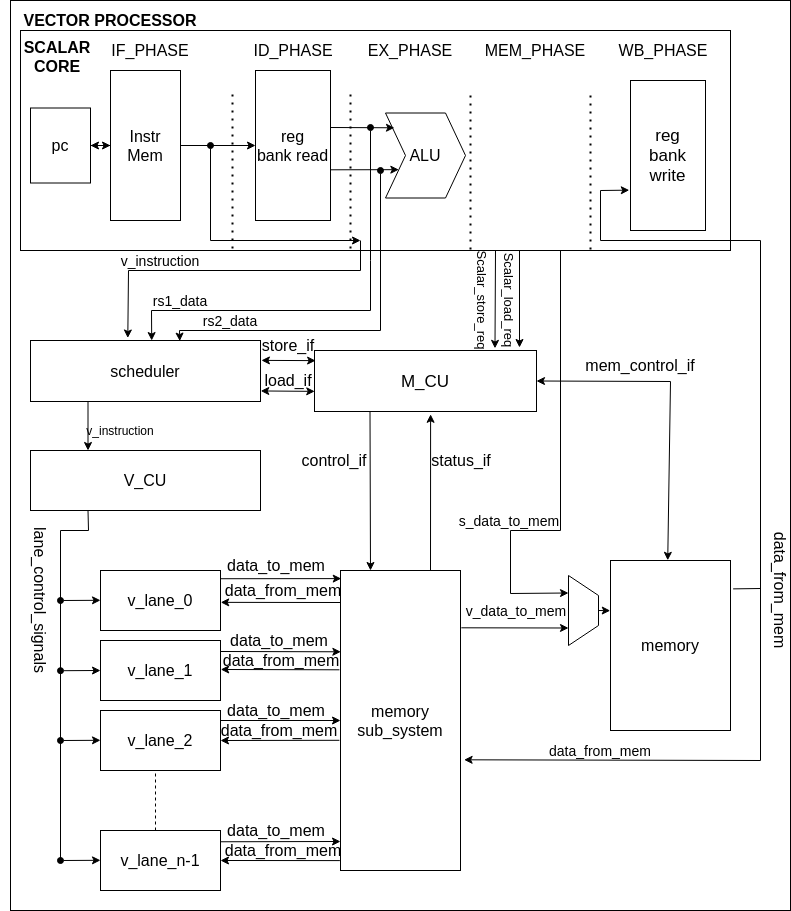
The draw.io diagram Vector_zbornik.drawio.png in Nikola2444/RISC-V-vector-processor, before a commit. Source tidied: cells renumbered, new cells last; positions are measured from the earlier drawing's top-left corner, leaving out a move shared by most shapes.
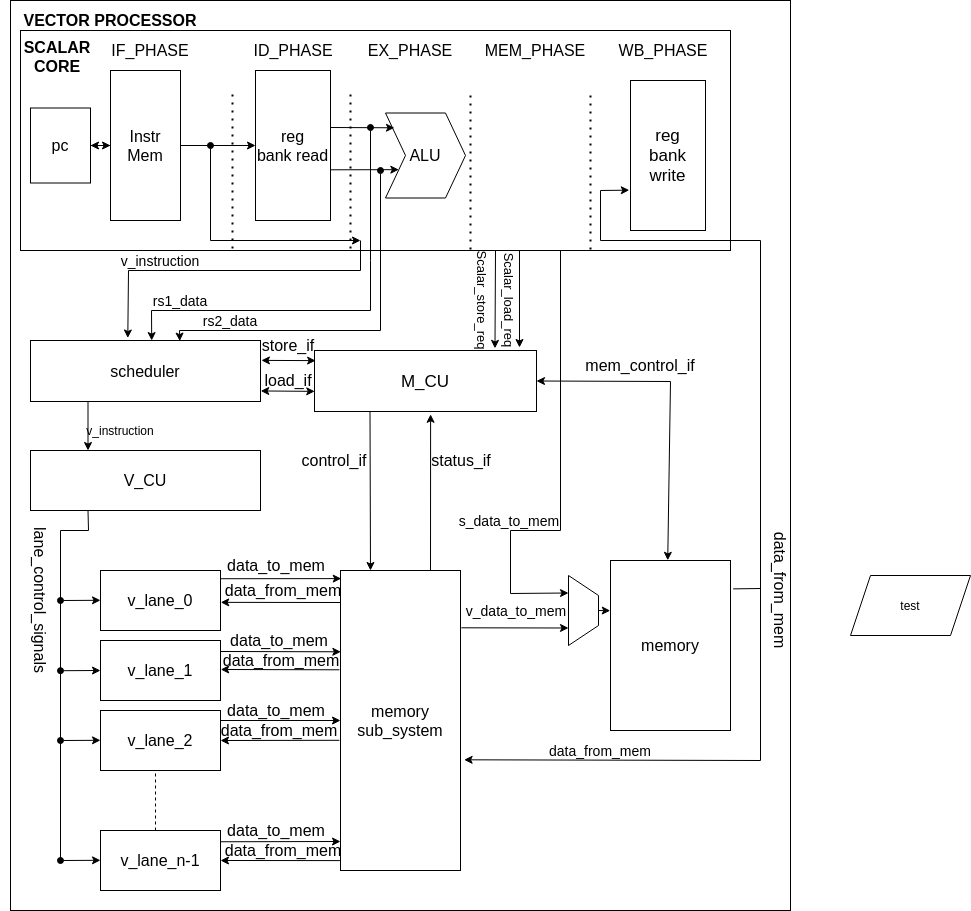
After the commit.

What changed in the source:
```diff
@@ -364,5 +364,8 @@
     <mxCell id="89" value="&lt;b&gt;&lt;font style=&quot;font-size: 16px&quot;&gt;VECTOR PROCESSOR&lt;/font&gt;&lt;/b&gt;" style="text;html=1;strokeColor=none;fillColor=none;align=center;verticalAlign=middle;whiteSpace=wrap;rounded=0;" parent="1" vertex="1">
       <mxGeometry y="10" width="220" height="20" as="geometry" />
     </mxCell>
+    <mxCell id="90" value="test" style="shape=parallelogram;perimeter=parallelogramPerimeter;whiteSpace=wrap;html=1;fixedSize=1;" parent="1" vertex="1">
+      <mxGeometry x="850" y="575" width="120" height="60" as="geometry" />
+    </mxCell>
   </root>
 </mxGraphModel>
```
